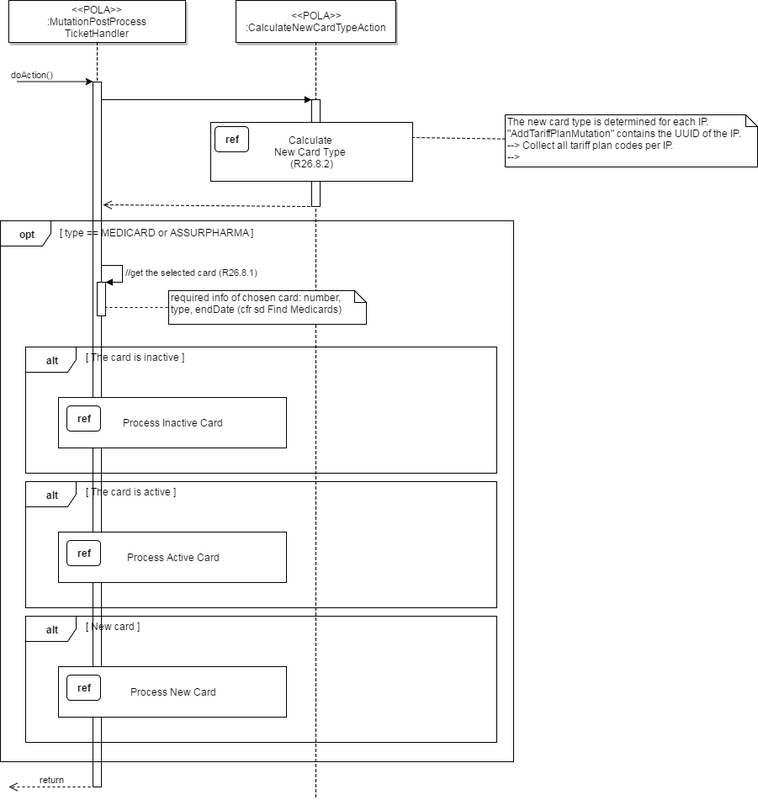
Before: diagrams-export/medicard_post_process.png, a diagram exported from draw.io (wim-dkv/pola). Source tidied: cells renumbered, new cells last; positions are measured from the earlier drawing's top-left corner, leaving out a move shared by most shapes.
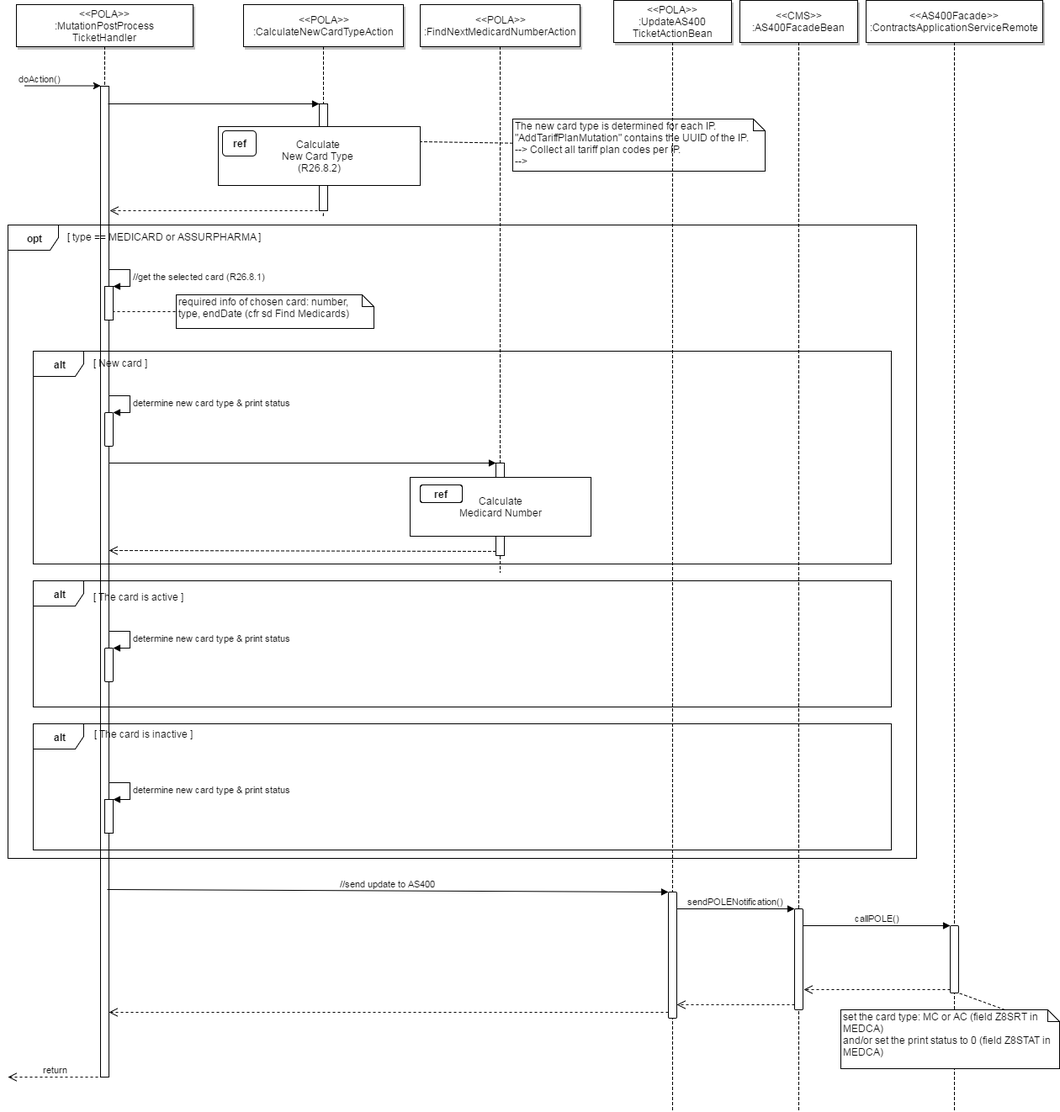
After the commit.

What changed in the source:
```diff
@@ -2,14 +2,13 @@
   <root>
     <mxCell id="0" style="html=1;" />
     <mxCell id="1" style="html=1;" parent="0" />
-    <mxCell id="2" style="edgeStyle=elbowEdgeStyle;elbow=horizontal;endArrow=none;dashed=1;html=1;" parent="1" edge="1">
+    <mxCell id="2" style="edgeStyle=elbowEdgeStyle;elbow=horizontal;endArrow=none;dashed=1;html=1;entryX=0.4;entryY=1.055;entryPerimeter=0;" parent="1" edge="1" target="30">
       <mxGeometry x="1390" y="302" as="geometry">
         <mxPoint x="375" y="50" as="sourcePoint" />
-        <mxPoint x="375" y="949" as="targetPoint" />
       </mxGeometry>
     </mxCell>
     <mxCell id="3" style="fillColor=#FFFFFF;strokeColor=#000000;html=1;" parent="1" vertex="1">
-      <mxGeometry x="110" y="97" width="10" height="838" as="geometry" />
+      <mxGeometry x="110" y="97" width="10" height="1178" as="geometry" />
     </mxCell>
     <mxCell id="4" value="&lt;span&gt;doAction()&lt;/span&gt;" style="edgeStyle=none;verticalLabelPosition=top;verticalAlign=bottom;labelPosition=left;align=right;html=1;" parent="1" edge="1">
       <mxGeometry x="1010" y="41.5" as="geometry">
@@ -36,7 +35,7 @@
       <mxGeometry x="200" y="345" width="235" height="40" as="geometry" />
     </mxCell>
     <mxCell id="11" value="&lt;b&gt;opt&lt;/b&gt;" style="shape=umlFrame;whiteSpace=wrap;html=1;rounded=1;" parent="1" vertex="1">
-      <mxGeometry y="262" width="610" height="643" as="geometry" />
+      <mxGeometry y="262" width="1080" height="753" as="geometry" />
     </mxCell>
     <mxCell id="12" value="[ type == MEDICARD or ASSURPHARMA&amp;nbsp;]" style="text;html=1;align=left;verticalAlign=top;spacingTop=-4;" parent="1" vertex="1">
       <mxGeometry x="69" y="267" width="250" height="20" as="geometry" />
@@ -46,45 +45,18 @@
         <mxPoint x="124" y="365" as="sourcePoint" />
       </mxGeometry>
     </mxCell>
-    <mxCell id="14" style="group;" parent="1" vertex="1">
-      <mxGeometry x="30" y="412" width="560" height="150" as="geometry" />
-    </mxCell>
-    <mxCell id="15" value="&lt;b&gt;alt&lt;/b&gt;" style="shape=umlFrame;whiteSpace=wrap;html=1;rounded=1;" parent="14" vertex="1">
-      <mxGeometry width="560" height="150" as="geometry" />
-    </mxCell>
-    <mxCell id="16" value="[ The card is inactive ]" style="text;html=1;align=left;verticalAlign=top;spacingTop=-4;" parent="14" vertex="1">
-      <mxGeometry x="70" y="3" width="130" height="20" as="geometry" />
-    </mxCell>
-    <mxCell id="17" style="group;" parent="14" vertex="1">
-      <mxGeometry x="39" y="60" width="271" height="60" as="geometry" />
-    </mxCell>
-    <mxCell id="18" value="Process Inactive Card&lt;br&gt;" style="whiteSpace=wrap;html=1;" parent="17" vertex="1">
-      <mxGeometry width="271" height="60" as="geometry" />
-    </mxCell>
-    <mxCell id="19" value="&lt;b&gt;ref&lt;/b&gt;" style="whiteSpace=wrap;html=1;rounded=1;" parent="17" vertex="1">
-      <mxGeometry x="10" y="10" width="40" height="30" as="geometry" />
-    </mxCell>
     <mxCell id="20" style="group;" parent="1" vertex="1">
-      <mxGeometry x="30" y="732" width="560" height="150" as="geometry" />
+      <mxGeometry x="30" y="855" width="1020" height="150" as="geometry" />
     </mxCell>
     <mxCell id="21" value="&lt;b&gt;alt&lt;/b&gt;" style="shape=umlFrame;whiteSpace=wrap;html=1;rounded=1;" parent="20" vertex="1">
-      <mxGeometry width="560" height="150" as="geometry" />
+      <mxGeometry width="1020" height="150" as="geometry" />
     </mxCell>
-    <mxCell id="22" value="[ New card ]" style="text;html=1;align=left;verticalAlign=top;spacingTop=-4;" parent="20" vertex="1">
-      <mxGeometry x="70" y="3" width="80" height="20" as="geometry" />
+    <mxCell id="22" value="[ The card is inactive ]" style="text;html=1;align=left;verticalAlign=top;spacingTop=-4;" parent="20" vertex="1">
+      <mxGeometry x="70.5" y="3" width="130" height="20" as="geometry" />
     </mxCell>
-    <mxCell id="23" style="group;" parent="20" vertex="1">
-      <mxGeometry x="39" y="60" width="271" height="60" as="geometry" />
-    </mxCell>
-    <mxCell id="24" value="Process New Card&lt;br&gt;" style="whiteSpace=wrap;html=1;" parent="23" vertex="1">
-      <mxGeometry width="271" height="60" as="geometry" />
-    </mxCell>
-    <mxCell id="25" value="&lt;b&gt;ref&lt;/b&gt;" style="whiteSpace=wrap;html=1;rounded=1;" parent="23" vertex="1">
-      <mxGeometry x="10" y="10" width="40" height="30" as="geometry" />
-    </mxCell>
     <mxCell id="26" value="return" style="html=1;verticalAlign=bottom;endArrow=open;dashed=1;endSize=8;exitX=0.25;exitY=1;" parent="1" edge="1" source="3">
       <mxGeometry relative="1" as="geometry">
-        <mxPoint x="10" y="935" as="targetPoint" />
+        <mxPoint y="1275" as="targetPoint" />
       </mxGeometry>
     </mxCell>
     <mxCell id="27" style="html=1;points=[];perimeter=orthogonalPerimeter;" parent="1" vertex="1">
@@ -104,10 +76,12 @@
     <mxCell id="30" style="html=1;points=[];perimeter=orthogonalPerimeter;" parent="1" vertex="1">
       <mxGeometry x="370" y="118" width="10" height="127" as="geometry" />
     </mxCell>
-    <mxCell id="31" style="html=1;verticalAlign=bottom;endArrow=block;entryX=0;entryY=0;exitX=1;exitY=0.025;exitPerimeter=0;" parent="1" edge="1" source="3" target="30">
-      <mxGeometry relative="1" as="geometry" />
+    <mxCell id="31" style="html=1;verticalAlign=bottom;endArrow=block;entryX=0;entryY=0;" parent="1" edge="1" target="30">
+      <mxGeometry relative="1" as="geometry">
+        <mxPoint x="119" y="118" as="sourcePoint" />
+      </mxGeometry>
     </mxCell>
-    <mxCell id="32" style="html=1;verticalAlign=bottom;endArrow=open;dashed=1;endSize=8;exitX=-0.2;exitY=1;entryX=1.2;entryY=0.174;entryPerimeter=0;exitPerimeter=0;" parent="1" edge="1" source="30" target="3">
+    <mxCell id="32" style="html=1;verticalAlign=bottom;endArrow=open;dashed=1;endSize=8;exitX=-0.2;exitY=1;entryX=1.1;entryY=0.126;entryPerimeter=0;exitPerimeter=0;" parent="1" edge="1" source="30" target="3">
       <mxGeometry relative="1" as="geometry" />
     </mxCell>
     <mxCell id="33" style="group;" parent="1" vertex="1">
@@ -120,19 +94,141 @@
       <mxGeometry x="5" y="5" width="40" height="30" as="geometry" />
     </mxCell>
     <mxCell id="36" value="&lt;b&gt;alt&lt;/b&gt;" style="shape=umlFrame;whiteSpace=wrap;html=1;rounded=1;" parent="1" vertex="1">
-      <mxGeometry x="30" y="572" width="560" height="150" as="geometry" />
+      <mxGeometry x="30" y="685" width="1020" height="150" as="geometry" />
     </mxCell>
     <mxCell id="37" value="[ The card is active ]" style="text;html=1;align=left;verticalAlign=top;spacingTop=-4;" parent="1" vertex="1">
-      <mxGeometry x="100" y="575" width="120" height="20" as="geometry" />
+      <mxGeometry x="100" y="695" width="120" height="20" as="geometry" />
     </mxCell>
-    <mxCell id="38" style="group;" parent="1" vertex="1">
-      <mxGeometry x="69" y="632" width="271" height="60" as="geometry" />
-    </mxCell>
-    <mxCell id="39" value="Process Active Card&lt;br&gt;" style="whiteSpace=wrap;html=1;" parent="38" vertex="1">
-      <mxGeometry width="271" height="60" as="geometry" />
-    </mxCell>
-    <mxCell id="40" value="&lt;b&gt;ref&lt;/b&gt;" style="whiteSpace=wrap;html=1;rounded=1;" parent="38" vertex="1">
-      <mxGeometry x="10" y="10" width="40" height="30" as="geometry" />
-    </mxCell>
+    <mxCell id="41" style="html=1;points=[];perimeter=orthogonalPerimeter;rounded=0;arcSize=50;" parent="1" vertex="1">
+      <mxGeometry x="115" y="945" width="10" height="40" as="geometry" />
+    </mxCell>
+    <mxCell id="42" value="determine new card type &amp;amp; print status" style="edgeStyle=orthogonalEdgeStyle;html=1;align=left;spacingLeft=2;endArrow=block;rounded=0;entryX=1;entryY=0;" parent="1" edge="1" target="41">
+      <mxGeometry relative="1" as="geometry">
+        <mxPoint x="120" y="925" as="sourcePoint" />
+        <Array as="points">
+          <mxPoint x="145" y="925" />
+        </Array>
+      </mxGeometry>
+    </mxCell>
+    <mxCell id="43" style="html=1;points=[];perimeter=orthogonalPerimeter;rounded=1;" parent="1" vertex="1">
+      <mxGeometry x="115" y="765" width="10" height="40" as="geometry" />
+    </mxCell>
+    <mxCell id="44" value="determine new card type &amp;amp; print status" style="edgeStyle=orthogonalEdgeStyle;html=1;align=left;spacingLeft=2;endArrow=block;rounded=0;entryX=1;entryY=0;" parent="1" edge="1" target="43">
+      <mxGeometry relative="1" as="geometry">
+        <mxPoint x="120" y="745" as="sourcePoint" />
+        <Array as="points">
+          <mxPoint x="145" y="745" />
+        </Array>
+      </mxGeometry>
+    </mxCell>
+    <mxCell id="45" style="html=1;points=[];perimeter=orthogonalPerimeter;rounded=1;" parent="1" vertex="1">
+      <mxGeometry x="115" y="485" width="10" height="40" as="geometry" />
+    </mxCell>
+    <mxCell id="46" value="determine new card type &amp;amp; print status" style="edgeStyle=orthogonalEdgeStyle;html=1;align=left;spacingLeft=2;endArrow=block;rounded=0;entryX=1;entryY=0;" parent="1" edge="1" target="45">
+      <mxGeometry relative="1" as="geometry">
+        <mxPoint x="120" y="465" as="sourcePoint" />
+        <Array as="points">
+          <mxPoint x="145" y="465" />
+        </Array>
+      </mxGeometry>
+    </mxCell>
+    <mxCell id="47" value="&amp;lt;&amp;lt;POLA&amp;gt;&amp;gt;&lt;br&gt;:FindNextMedicardNumberAction&lt;br&gt;" style="shadow=1;fillColor=#FFFFFF;strokeColor=#000000;html=1;" parent="1" vertex="1">
+      <mxGeometry x="490" width="190" height="50" as="geometry" />
+    </mxCell>
+    <mxCell id="48" style="edgeStyle=elbowEdgeStyle;elbow=horizontal;endArrow=none;dashed=1;html=1;" parent="1" edge="1">
+      <mxGeometry x="1600" y="302" as="geometry">
+        <mxPoint x="585" y="50" as="sourcePoint" />
+        <mxPoint x="585" y="675" as="targetPoint" />
+      </mxGeometry>
+    </mxCell>
+    <mxCell id="49" style="html=1;points=[];perimeter=orthogonalPerimeter;rounded=0;" parent="1" vertex="1">
+      <mxGeometry x="580" y="545" width="10" height="110" as="geometry" />
+    </mxCell>
+    <mxCell id="50" style="html=1;verticalAlign=bottom;endArrow=block;entryX=0;entryY=0;" parent="1" edge="1" target="49">
+      <mxGeometry relative="1" as="geometry">
+        <mxPoint x="120" y="545" as="sourcePoint" />
+      </mxGeometry>
+    </mxCell>
+    <mxCell id="51" style="html=1;verticalAlign=bottom;endArrow=open;dashed=1;endSize=8;exitX=0;exitY=0.95;entryX=1;entryY=0.469;entryPerimeter=0;" parent="1" edge="1" source="49" target="3">
+      <mxGeometry relative="1" as="geometry" />
+    </mxCell>
+    <mxCell id="14" style="group;" parent="1" vertex="1">
+      <mxGeometry x="30" y="412" width="1020" height="253" as="geometry" />
+    </mxCell>
+    <mxCell id="15" value="&lt;b&gt;alt&lt;/b&gt;" style="shape=umlFrame;whiteSpace=wrap;html=1;rounded=1;" parent="14" vertex="1">
+      <mxGeometry width="1020" height="253" as="geometry" />
+    </mxCell>
+    <mxCell id="16" value="[ New card ]" style="text;html=1;align=left;verticalAlign=top;spacingTop=-4;" parent="14" vertex="1">
+      <mxGeometry x="70" y="5.1" width="80" height="20" as="geometry" />
+    </mxCell>
+    <mxCell id="52" style="group;" parent="14" vertex="1">
+      <mxGeometry x="448" y="150" width="215" height="70" as="geometry" />
+    </mxCell>
+    <mxCell id="53" value="&lt;div&gt;Calculate&lt;/div&gt;&lt;div&gt;Medicard Number&lt;/div&gt;" style="html=1;rounded=0;" parent="52" vertex="1">
+      <mxGeometry width="215" height="70" as="geometry" />
+    </mxCell>
+    <mxCell id="54" value="ref" style="html=1;rounded=1;fontStyle=1;" parent="52" vertex="1">
+      <mxGeometry x="12" y="9" width="50" height="21" as="geometry" />
+    </mxCell>
+    <mxCell id="55" value="&amp;lt;&amp;lt;POLA&amp;gt;&amp;gt;&lt;br&gt;:UpdateAS400&lt;br&gt;TicketActionBean&lt;br&gt;" style="shadow=1;fillColor=#FFFFFF;strokeColor=#000000;html=1;" parent="1" vertex="1">
+      <mxGeometry x="720" y="-5" width="140" height="50" as="geometry" />
+    </mxCell>
+    <mxCell id="56" style="edgeStyle=elbowEdgeStyle;elbow=horizontal;endArrow=none;dashed=1;html=1;" parent="1" edge="1">
+      <mxGeometry x="1805" y="297" as="geometry">
+        <mxPoint x="790" y="45" as="sourcePoint" />
+        <mxPoint x="790" y="1315" as="targetPoint" />
+      </mxGeometry>
+    </mxCell>
+    <mxCell id="57" value="&amp;lt;&amp;lt;CMS&amp;gt;&amp;gt;&lt;br&gt;:AS400FacadeBean&lt;br&gt;" style="shadow=1;fillColor=#FFFFFF;strokeColor=#000000;html=1;" parent="1" vertex="1">
+      <mxGeometry x="870" y="-5" width="140" height="50" as="geometry" />
+    </mxCell>
+    <mxCell id="58" style="edgeStyle=elbowEdgeStyle;elbow=horizontal;endArrow=none;dashed=1;html=1;" parent="1" edge="1">
+      <mxGeometry x="1955" y="297" as="geometry">
+        <mxPoint x="940" y="45" as="sourcePoint" />
+        <mxPoint x="940" y="1315" as="targetPoint" />
+      </mxGeometry>
+    </mxCell>
+    <mxCell id="59" value="&amp;lt;&amp;lt;AS400Facade&amp;gt;&amp;gt;&lt;br&gt;:ContractsApplicationServiceRemote&lt;br&gt;" style="shadow=1;fillColor=#FFFFFF;strokeColor=#000000;html=1;" parent="1" vertex="1">
+      <mxGeometry x="1020" y="-5" width="210" height="50" as="geometry" />
+    </mxCell>
+    <mxCell id="60" style="edgeStyle=elbowEdgeStyle;elbow=horizontal;endArrow=none;dashed=1;html=1;" parent="1" edge="1">
+      <mxGeometry x="2140" y="297" as="geometry">
+        <mxPoint x="1125" y="45" as="sourcePoint" />
+        <mxPoint x="1125" y="1315" as="targetPoint" />
+      </mxGeometry>
+    </mxCell>
+    <mxCell id="61" style="html=1;points=[];perimeter=orthogonalPerimeter;rounded=1;" parent="1" vertex="1">
+      <mxGeometry x="785" y="1055" width="10" height="150" as="geometry" />
+    </mxCell>
+    <mxCell id="62" value="//send update to AS400" style="html=1;verticalAlign=bottom;endArrow=block;entryX=0;entryY=0;exitX=0.8;exitY=0.811;exitPerimeter=0;" parent="1" edge="1" source="3" target="61">
+      <mxGeometry relative="1" as="geometry" />
+    </mxCell>
+    <mxCell id="63" style="html=1;verticalAlign=bottom;endArrow=open;dashed=1;endSize=8;exitX=0;exitY=0.95;entryX=1;entryY=0.935;entryPerimeter=0;" parent="1" edge="1" source="61" target="3">
+      <mxGeometry relative="1" as="geometry" />
+    </mxCell>
+    <mxCell id="64" style="html=1;points=[];perimeter=orthogonalPerimeter;rounded=1;" parent="1" vertex="1">
+      <mxGeometry x="935" y="1075" width="10" height="120" as="geometry" />
+    </mxCell>
+    <mxCell id="65" value="sendPOLENotification()" style="html=1;verticalAlign=bottom;endArrow=block;entryX=0;entryY=0;" parent="1" edge="1" source="61" target="64">
+      <mxGeometry relative="1" as="geometry" />
+    </mxCell>
+    <mxCell id="66" style="html=1;verticalAlign=bottom;endArrow=open;dashed=1;endSize=8;exitX=0;exitY=0.95;" parent="1" edge="1" source="64" target="61">
+      <mxGeometry relative="1" as="geometry" />
+    </mxCell>
+    <mxCell id="67" style="html=1;points=[];perimeter=orthogonalPerimeter;rounded=1;" parent="1" vertex="1">
+      <mxGeometry x="1120" y="1095" width="10" height="80" as="geometry" />
+    </mxCell>
+    <mxCell id="68" value="callPOLE()" style="html=1;verticalAlign=bottom;endArrow=block;entryX=0;entryY=0;exitX=1;exitY=0.167;exitPerimeter=0;" parent="1" edge="1" source="64" target="67">
+      <mxGeometry relative="1" as="geometry" />
+    </mxCell>
+    <mxCell id="69" style="html=1;verticalAlign=bottom;endArrow=open;dashed=1;endSize=8;exitX=0;exitY=0.95;entryX=1.1;entryY=0.8;entryPerimeter=0;" parent="1" edge="1" source="67" target="64">
+      <mxGeometry relative="1" as="geometry" />
+    </mxCell>
+    <mxCell id="70" value="&lt;div&gt;set the card type: MC or AC (field Z8SRT in MEDCA)&lt;/div&gt;&lt;div&gt;and/or set the print status to 0 (field Z8STAT in MEDCA)&lt;/div&gt;" style="shape=note;whiteSpace=wrap;html=1;size=14;verticalAlign=top;align=left;spacingTop=-6;rounded=1;" parent="1" vertex="1">
+      <mxGeometry x="990" y="1195" width="260" height="70" as="geometry" />
+    </mxCell>
+    <mxCell id="71" style="rounded=0;html=1;endFill=0;dashed=1;endArrow=none;exitX=0.75;exitY=0;" parent="1" edge="1" source="70" target="67">
+      <mxGeometry relative="1" as="geometry" />
+    </mxCell>
   </root>
 </mxGraphModel>
```
